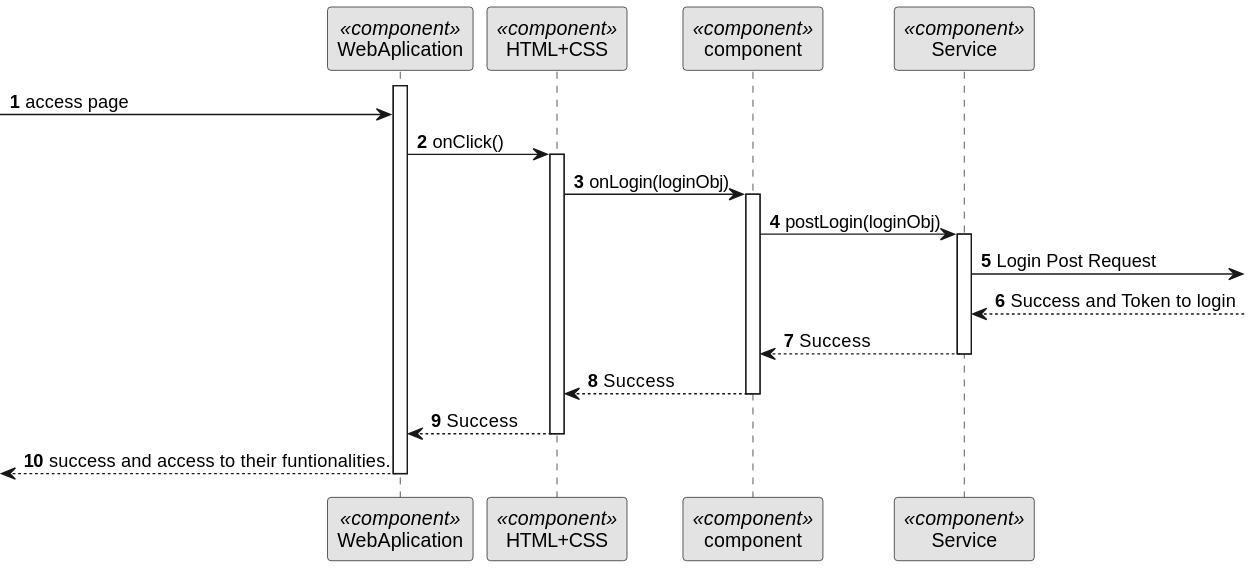
Ana-Miguel-Silva/SurgicalAppointmentAndResourceManagement keeps this PlantUML diagram as docs/BackofficeModule/7.2.4/sequence-diagram-3.svg. Above is the earlier version. Its diagram source:
```plantuml
@startuml
skinparam monochrome true
skinparam packageStyle rectangle
skinparam shadowing false

autonumber

participant "WebAplication" as FE <<component>>
participant "HTML+CSS" as HT <<component>>
participant "component" as CM <<component>>
participant "Service" as SERV <<component>>


activate FE
-> FE: access page

FE -> HT : onClick()
activate HT


HT -> CM : onLogin(loginObj)

activate CM

CM -> SERV : postLogin(loginObj)

 activate SERV

  SERV -> : Login Post Request

 SERV <-- : Success and Token to login

SERV --> CM : Success


deactivate SERV

CM --> HT : Success
deactivate CM



HT --> FE : Success
deactivate HT

<--- FE : success and access to their funtionalities.

deactivate FE
@enduml
```
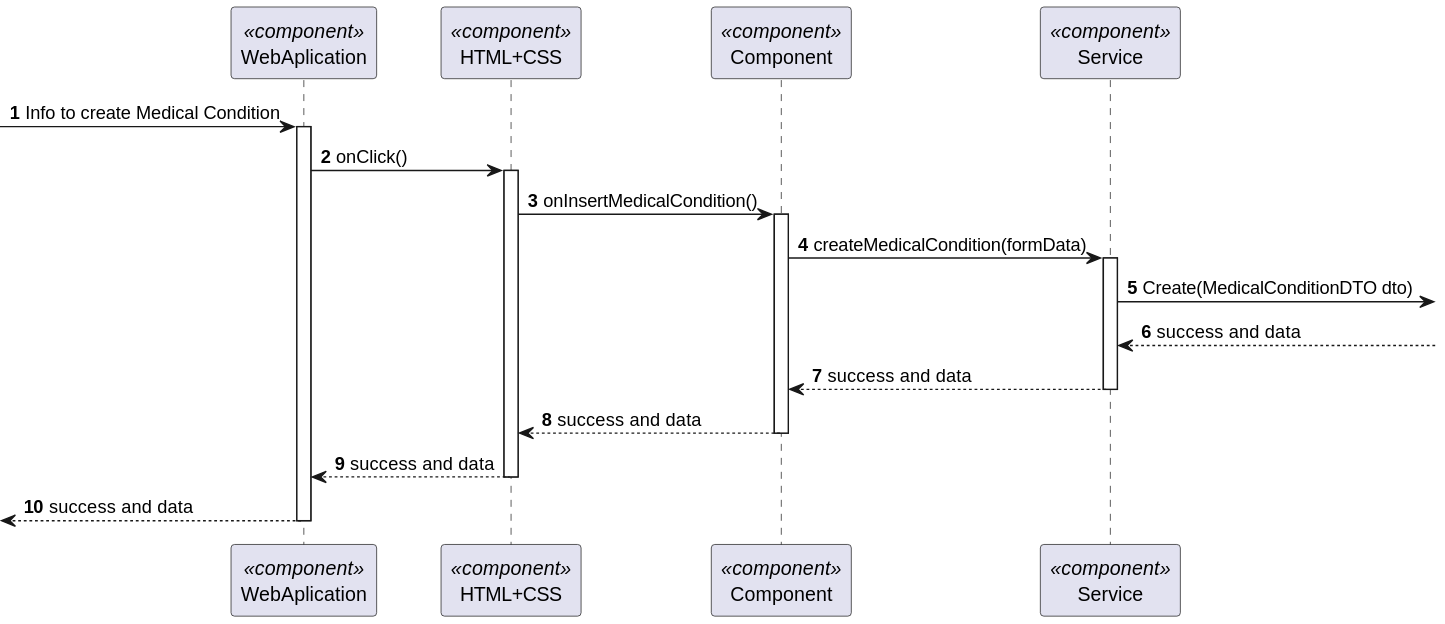
The same diagram one commit later.

The edit, as a diff of the source:
```diff
@@ -1,5 +1,4 @@
 @startuml
-skinparam monochrome true
 skinparam packageStyle rectangle
 skinparam shadowing false
 
@@ -7,43 +6,41 @@
 
 participant "WebAplication" as FE <<component>>
 participant "HTML+CSS" as HT <<component>>
-participant "component" as CM <<component>>
+participant "Component" as CM <<component>>
 participant "Service" as SERV <<component>>
 
 
+
+
+
+-> FE : Info to create Medical Condition
 activate FE
--> FE: access page
 
 FE -> HT : onClick()
 activate HT
 
-
-HT -> CM : onLogin(loginObj)
-
+HT -> CM : onInsertMedicalCondition()
 activate CM
 
-CM -> SERV : postLogin(loginObj)
+CM -> SERV : createMedicalCondition(formData)
+activate SERV
 
- activate SERV
+SERV -> : Create(MedicalConditionDTO dto)
 
-  SERV -> : Login Post Request
-
- SERV <-- : Success and Token to login
-
-SERV --> CM : Success
+ SERV <--: success and data
 
 
-deactivate SERV
+ SERV--> CM : success and data
 
-CM --> HT : Success
-deactivate CM
+deactivate  SERV
+
+ CM --> HT : success and data
+  deactivate CM
+ HT --> FE : success and data
+
+deactivate HT
 
 
-
-HT --> FE : Success
-deactivate HT
-
-<--- FE : success and access to their funtionalities.
-
+<-- FE   : success and data
 deactivate FE
 @enduml
```
